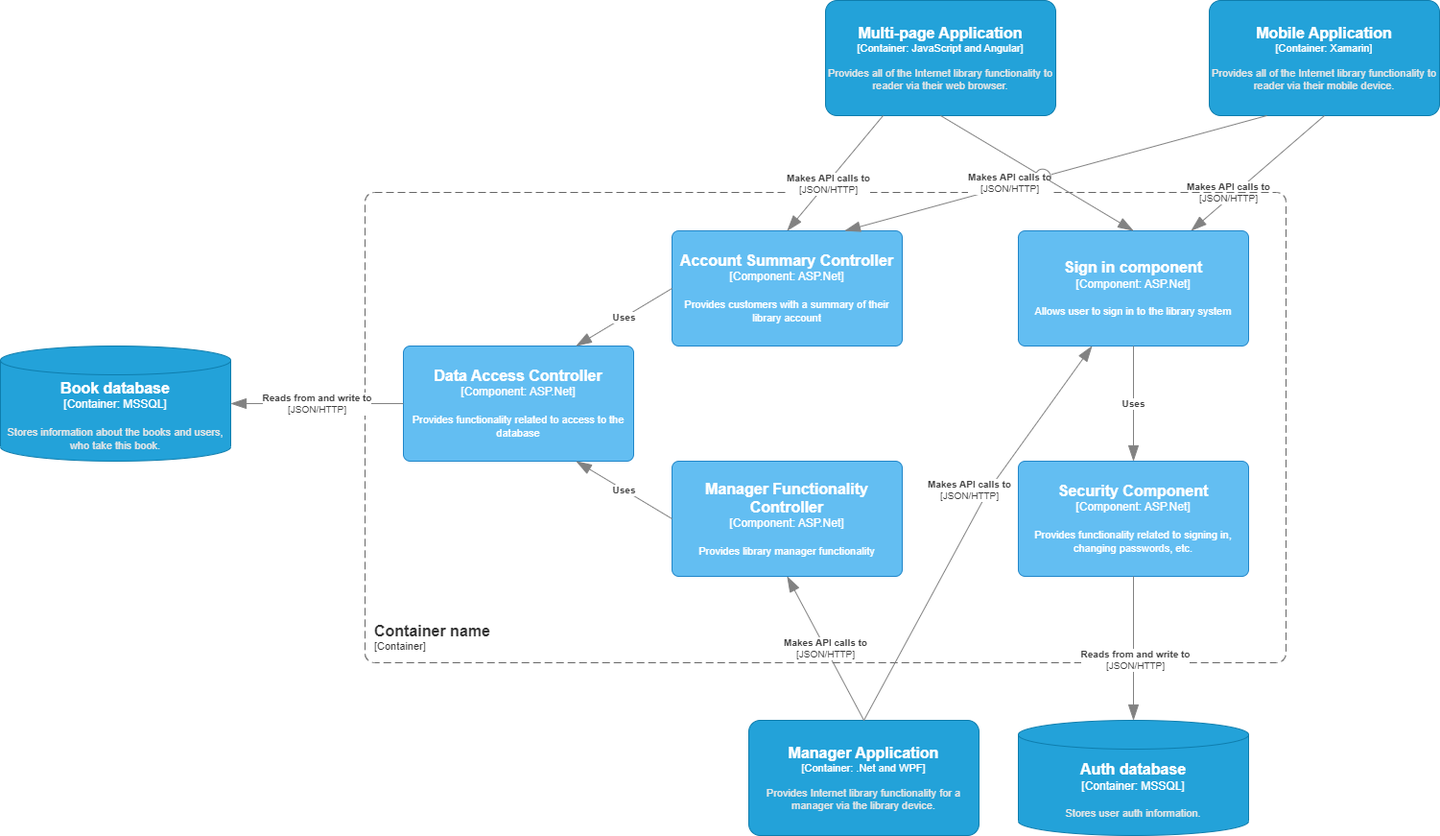
Before: C4/Lab3_component.drawio.png, a diagram exported from draw.io (JohnnyJa/Library-Web-Api). Source tidied: cells renumbered, new cells last; positions are measured from the earlier drawing's top-left corner, leaving out a move shared by most shapes.
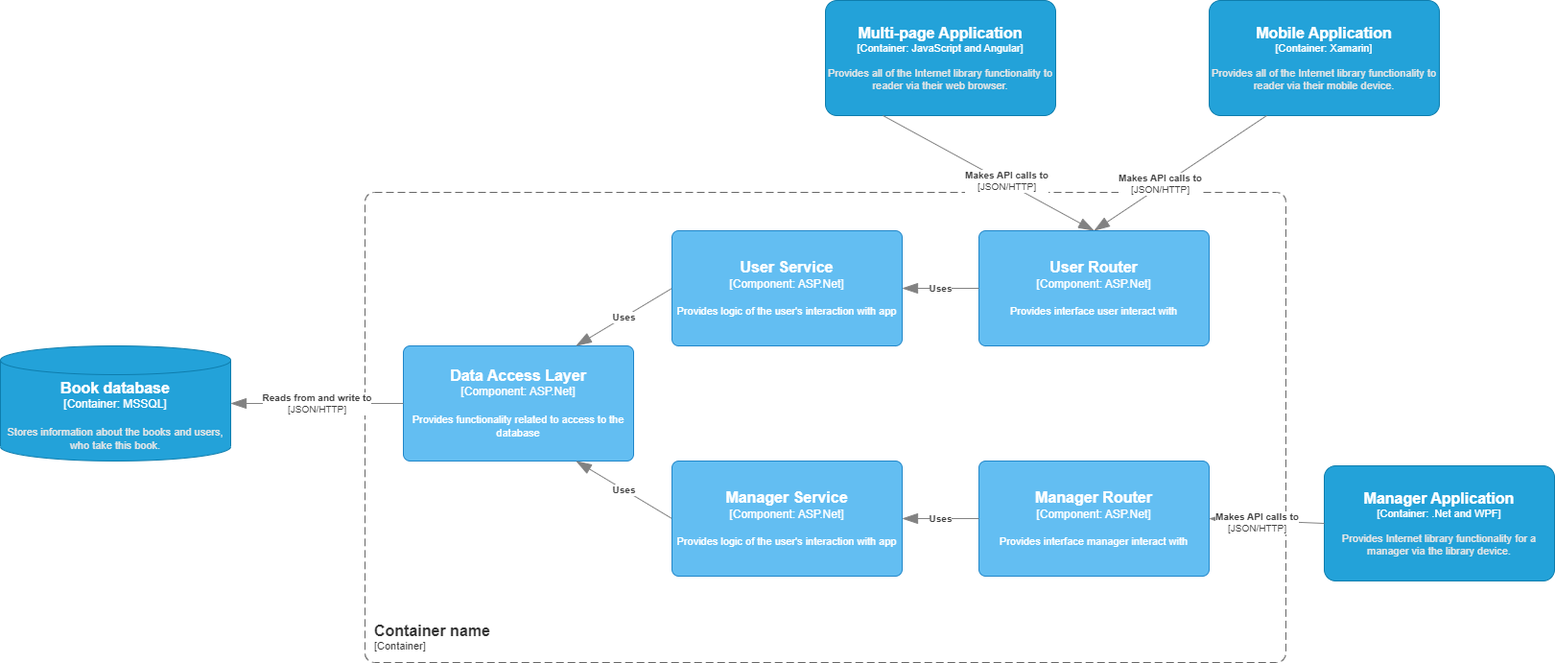
After the commit.

Commit message:
Lab3 architecture changed

Change to the diagram source:
```diff
@@ -16,15 +16,5 @@
       <mxCell style="rounded=1;whiteSpace=wrap;html=1;fontSize=11;labelBackgroundColor=none;fillColor=#23A2D9;fontColor=#ffffff;align=center;arcSize=10;strokeColor=#0E7DAD;points=[[0.25,0,0],[0.5,0,0],[0.75,0,0],[1,0.25,0],[1,0.5,0],[1,0.75,0],[0.75,1,0],[0.5,1,0],[0.25,1,0],[0,0.75,0],[0,0.5,0],[0,0.25,0]];" parent="1" vertex="1">
-        <mxGeometry x="780" y="750" width="240" height="120" as="geometry" />
+        <mxGeometry x="1380" y="485" width="240" height="120" as="geometry" />
       </mxCell>
     </object>
-    <object id="5" label="&lt;div style=&quot;text-align: left&quot;&gt;&lt;div style=&quot;text-align: center&quot;&gt;&lt;b&gt;%c4Description%&lt;/b&gt;&lt;/div&gt;&lt;div style=&quot;text-align: center&quot;&gt;[%c4Technology%]&lt;/div&gt;&lt;/div&gt;" c4Description="Makes API calls to" c4Technology="JSON/HTTP" c4Type="Relationship" placeholders="1">
-      <mxCell style="endArrow=blockThin;html=1;fontSize=10;fontColor=#404040;strokeWidth=1;endFill=1;strokeColor=#828282;elbow=vertical;endSize=14;startSize=14;jumpStyle=arc;jumpSize=16;rounded=0;exitX=0.5;exitY=1;exitDx=0;exitDy=0;exitPerimeter=0;entryX=0.75;entryY=0;entryDx=0;entryDy=0;entryPerimeter=0;" parent="1" edge="1" source="3" target="8">
-        <mxGeometry x="0.39" y="-5" relative="1" as="geometry" />
-      </mxCell>
-    </object>
-    <object id="6" label="&lt;div style=&quot;text-align: left&quot;&gt;&lt;div style=&quot;text-align: center&quot;&gt;&lt;b&gt;%c4Description%&lt;/b&gt;&lt;/div&gt;&lt;div style=&quot;text-align: center&quot;&gt;[%c4Technology%]&lt;/div&gt;&lt;/div&gt;" c4Description="Makes API calls to" c4Technology="JSON/HTTP" c4Type="Relationship" placeholders="1">
-      <mxCell style="endArrow=blockThin;html=1;fontSize=10;fontColor=#404040;strokeWidth=1;endFill=1;strokeColor=#828282;elbow=vertical;endSize=14;startSize=14;jumpStyle=arc;jumpSize=16;rounded=0;exitX=0.5;exitY=0;exitDx=0;exitDy=0;exitPerimeter=0;entryX=0.5;entryY=1;entryDx=0;entryDy=0;entryPerimeter=0;" parent="1" edge="1" source="4" target="12">
-        <mxGeometry relative="1" as="geometry" />
-      </mxCell>
-    </object>
     <object id="7" label="&lt;font style=&quot;font-size: 16px&quot;&gt;&lt;b&gt;&lt;div style=&quot;text-align: left&quot;&gt;%c4Name%&lt;/div&gt;&lt;/b&gt;&lt;/font&gt;&lt;div style=&quot;text-align: left&quot;&gt;[%c4Application%]&lt;/div&gt;" c4Application="Container" c4Name="Container name" c4Type="ContainerScopeBoundary" placeholders="1">
@@ -34,18 +24,3 @@
     </object>
-    <object id="8" label="&lt;font style=&quot;font-size: 16px&quot;&gt;&lt;b&gt;%c4Name%&lt;/b&gt;&lt;/font&gt;&lt;div&gt;[%c4Type%: %c4Technology%]&lt;/div&gt;&lt;br&gt;&lt;div&gt;&lt;font style=&quot;font-size: 11px&quot;&gt;%c4Description%&lt;/font&gt;&lt;/div&gt;" c4Description="Allows user to sign in to the library system" c4Name="Sign in component" c4Technology="ASP.Net" c4Type="Component" placeholders="1">
-      <mxCell style="rounded=1;whiteSpace=wrap;html=1;labelBackgroundColor=none;fillColor=#63BEF2;fontColor=#ffffff;align=center;arcSize=6;strokeColor=#2086C9;points=[[0.25,0,0],[0.5,0,0],[0.75,0,0],[1,0.25,0],[1,0.5,0],[1,0.75,0],[0.75,1,0],[0.5,1,0],[0.25,1,0],[0,0.75,0],[0,0.5,0],[0,0.25,0]];" parent="1" vertex="1">
-        <mxGeometry x="1061" y="240" width="240" height="120" as="geometry" />
-      </mxCell>
-    </object>
-    <object id="9" label="&lt;font style=&quot;font-size: 16px&quot;&gt;&lt;b&gt;%c4Name%&lt;/b&gt;&lt;/font&gt;&lt;div&gt;[%c4Type%: %c4Technology%]&lt;/div&gt;&lt;br&gt;&lt;div&gt;&lt;font style=&quot;font-size: 11px&quot;&gt;%c4Description%&lt;/font&gt;&lt;/div&gt;" c4Description="Provides customers with a summary of their library account" c4Name="Account Summary Controller" c4Technology="ASP.Net" c4Type="Component" placeholders="1">
-      <mxCell style="rounded=1;whiteSpace=wrap;html=1;labelBackgroundColor=none;fillColor=#63BEF2;fontColor=#ffffff;align=center;arcSize=6;strokeColor=#2086C9;points=[[0.25,0,0],[0.5,0,0],[0.75,0,0],[1,0.25,0],[1,0.5,0],[1,0.75,0],[0.75,1,0],[0.5,1,0],[0.25,1,0],[0,0.75,0],[0,0.5,0],[0,0.25,0]];" parent="1" vertex="1">
-        <mxGeometry x="700" y="240" width="240" height="120" as="geometry" />
-      </mxCell>
-    </object>
-    <object id="10" label="&lt;font style=&quot;font-size: 16px&quot;&gt;&lt;b&gt;%c4Name%&lt;/b&gt;&lt;/font&gt;&lt;div&gt;[%c4Type%: %c4Technology%]&lt;/div&gt;&lt;br&gt;&lt;div&gt;&lt;font style=&quot;font-size: 11px&quot;&gt;%c4Description%&lt;/font&gt;&lt;/div&gt;" c4Description="Provides functionality related to signing in, changing passwords, etc." c4Name="Security Component" c4Technology="ASP.Net" c4Type="Component" placeholders="1">
-      <mxCell style="rounded=1;whiteSpace=wrap;html=1;labelBackgroundColor=none;fillColor=#63BEF2;fontColor=#ffffff;align=center;arcSize=6;strokeColor=#2086C9;points=[[0.25,0,0],[0.5,0,0],[0.75,0,0],[1,0.25,0],[1,0.5,0],[1,0.75,0],[0.75,1,0],[0.5,1,0],[0.25,1,0],[0,0.75,0],[0,0.5,0],[0,0.25,0]];" parent="1" vertex="1">
-        <mxGeometry x="1061" y="480" width="240" height="120" as="geometry" />
-      </mxCell>
-    </object>
-    <object id="11" label="&lt;font style=&quot;font-size: 16px&quot;&gt;&lt;b&gt;%c4Name%&lt;/b&gt;&lt;/font&gt;&lt;div&gt;[%c4Type%: %c4Technology%]&lt;/div&gt;&lt;br&gt;&lt;div&gt;&lt;font style=&quot;font-size: 11px&quot;&gt;%c4Description%&lt;/font&gt;&lt;/div&gt;" c4Description="Provides functionality related to access to the database" c4Name="Data Access Controller" c4Technology="ASP.Net" c4Type="Component" placeholders="1">
+    <object id="11" label="&lt;font style=&quot;font-size: 16px&quot;&gt;&lt;b&gt;%c4Name%&lt;/b&gt;&lt;/font&gt;&lt;div&gt;[%c4Type%: %c4Technology%]&lt;/div&gt;&lt;br&gt;&lt;div&gt;&lt;font style=&quot;font-size: 11px&quot;&gt;%c4Description%&lt;/font&gt;&lt;/div&gt;" c4Description="Provides functionality related to access to the database" c4Name="Data Access Layer" c4Technology="ASP.Net" c4Type="Component" placeholders="1">
       <mxCell style="rounded=1;whiteSpace=wrap;html=1;labelBackgroundColor=none;fillColor=#63BEF2;fontColor=#ffffff;align=center;arcSize=6;strokeColor=#2086C9;points=[[0.25,0,0],[0.5,0,0],[0.75,0,0],[1,0.25,0],[1,0.5,0],[1,0.75,0],[0.75,1,0],[0.5,1,0],[0.25,1,0],[0,0.75,0],[0,0.5,0],[0,0.25,0]];" parent="1" vertex="1">
@@ -54,9 +29,4 @@
     </object>
-    <object id="12" label="&lt;font style=&quot;font-size: 16px&quot;&gt;&lt;b&gt;%c4Name%&lt;/b&gt;&lt;/font&gt;&lt;div&gt;[%c4Type%: %c4Technology%]&lt;/div&gt;&lt;br&gt;&lt;div&gt;&lt;font style=&quot;font-size: 11px&quot;&gt;%c4Description%&lt;/font&gt;&lt;/div&gt;" c4Description="Provides library manager functionality" c4Name="Manager Functionality Controller" c4Technology="ASP.Net" c4Type="Component" placeholders="1">
-      <mxCell style="rounded=1;whiteSpace=wrap;html=1;labelBackgroundColor=none;fillColor=#63BEF2;fontColor=#ffffff;align=center;arcSize=6;strokeColor=#2086C9;points=[[0.25,0,0],[0.5,0,0],[0.75,0,0],[1,0.25,0],[1,0.5,0],[1,0.75,0],[0.75,1,0],[0.5,1,0],[0.25,1,0],[0,0.75,0],[0,0.5,0],[0,0.25,0]];" parent="1" vertex="1">
-        <mxGeometry x="700" y="480" width="240" height="120" as="geometry" />
-      </mxCell>
-    </object>
     <object id="13" label="&lt;div style=&quot;text-align: left&quot;&gt;&lt;div style=&quot;text-align: center&quot;&gt;&lt;b&gt;%c4Description%&lt;/b&gt;&lt;/div&gt;&lt;div style=&quot;text-align: center&quot;&gt;[%c4Technology%]&lt;/div&gt;&lt;/div&gt;" c4Description="Makes API calls to" c4Technology="JSON/HTTP" c4Type="Relationship" placeholders="1">
-      <mxCell style="endArrow=blockThin;html=1;fontSize=10;fontColor=#404040;strokeWidth=1;endFill=1;strokeColor=#828282;elbow=vertical;endSize=14;startSize=14;jumpStyle=arc;jumpSize=16;rounded=0;exitX=0.25;exitY=1;exitDx=0;exitDy=0;exitPerimeter=0;entryX=0.75;entryY=0;entryDx=0;entryDy=0;entryPerimeter=0;" parent="1" edge="1" source="3" target="9">
+      <mxCell style="endArrow=blockThin;html=1;fontSize=10;fontColor=#404040;strokeWidth=1;endFill=1;strokeColor=#828282;elbow=vertical;endSize=14;startSize=14;jumpStyle=arc;jumpSize=16;rounded=0;exitX=0.25;exitY=1;exitDx=0;exitDy=0;exitPerimeter=0;entryX=0.5;entryY=0;entryDx=0;entryDy=0;entryPerimeter=0;" parent="1" edge="1" source="3" target="25">
         <mxGeometry x="0.22" y="-3" relative="1" as="geometry" />
@@ -65,3 +35,3 @@
     <object id="14" label="&lt;div style=&quot;text-align: left&quot;&gt;&lt;div style=&quot;text-align: center&quot;&gt;&lt;b&gt;%c4Description%&lt;/b&gt;&lt;/div&gt;&lt;div style=&quot;text-align: center&quot;&gt;[%c4Technology%]&lt;/div&gt;&lt;/div&gt;" c4Description="Makes API calls to" c4Technology="JSON/HTTP" c4Type="Relationship" placeholders="1">
-      <mxCell style="endArrow=blockThin;html=1;fontSize=10;fontColor=#404040;strokeWidth=1;endFill=1;strokeColor=#828282;elbow=vertical;endSize=14;startSize=14;jumpStyle=arc;jumpSize=16;rounded=0;exitX=0.25;exitY=1;exitDx=0;exitDy=0;exitPerimeter=0;entryX=0.5;entryY=0;entryDx=0;entryDy=0;entryPerimeter=0;" parent="1" edge="1" source="2" target="9">
+      <mxCell style="endArrow=blockThin;html=1;fontSize=10;fontColor=#404040;strokeWidth=1;endFill=1;strokeColor=#828282;elbow=vertical;endSize=14;startSize=14;jumpStyle=arc;jumpSize=16;rounded=0;exitX=0.25;exitY=1;exitDx=0;exitDy=0;exitPerimeter=0;entryX=0.5;entryY=0;entryDx=0;entryDy=0;entryPerimeter=0;" parent="1" edge="1" source="2" target="25">
         <mxGeometry x="0.16" y="2" relative="1" as="geometry" />
@@ -69,7 +39,2 @@
     </object>
-    <object id="15" label="" c4Type="Relationship" placeholders="1">
-      <mxCell style="endArrow=blockThin;html=1;fontSize=10;fontColor=#404040;strokeWidth=1;endFill=1;strokeColor=#828282;elbow=vertical;endSize=14;startSize=14;jumpStyle=arc;jumpSize=16;rounded=0;exitX=0.5;exitY=1;exitDx=0;exitDy=0;exitPerimeter=0;entryX=0.5;entryY=0;entryDx=0;entryDy=0;entryPerimeter=0;" parent="1" edge="1" source="2" target="8">
-        <mxGeometry relative="1" as="geometry" />
-      </mxCell>
-    </object>
     <object id="16" label="&lt;div style=&quot;text-align: left&quot;&gt;&lt;div style=&quot;text-align: center&quot;&gt;&lt;b&gt;%c4Description%&lt;/b&gt;&lt;/div&gt;" c4Description="Uses" c4Type="Relationship" placeholders="1">
@@ -84,7 +49,2 @@
     </object>
-    <object id="18" label="&lt;div style=&quot;text-align: left&quot;&gt;&lt;div style=&quot;text-align: center&quot;&gt;&lt;b&gt;%c4Description%&lt;/b&gt;&lt;/div&gt;" c4Description="Uses" c4Type="Relationship" placeholders="1">
-      <mxCell style="endArrow=blockThin;html=1;fontSize=10;fontColor=#404040;strokeWidth=1;endFill=1;strokeColor=#828282;elbow=vertical;endSize=14;startSize=14;jumpStyle=arc;jumpSize=16;rounded=0;exitX=0.5;exitY=1;exitDx=0;exitDy=0;exitPerimeter=0;entryX=0.5;entryY=0;entryDx=0;entryDy=0;entryPerimeter=0;" parent="1" edge="1" source="8" target="10">
-        <mxGeometry relative="1" as="geometry" />
-      </mxCell>
-    </object>
     <object id="19" label="&lt;div style=&quot;text-align: left&quot;&gt;&lt;div style=&quot;text-align: center&quot;&gt;&lt;b&gt;%c4Description%&lt;/b&gt;&lt;/div&gt;&lt;div style=&quot;text-align: center&quot;&gt;[%c4Technology%]&lt;/div&gt;&lt;/div&gt;" c4Description="Reads from and write to" c4Technology="JSON/HTTP" c4Type="Relationship" placeholders="1">
@@ -99,22 +59,37 @@
     </object>
-    <object id="21" label="&lt;font style=&quot;font-size: 16px&quot;&gt;&lt;b&gt;%c4Type%&lt;/b&gt;&lt;/font&gt;&lt;div&gt;[%c4Container%:&amp;nbsp;%c4Technology%]&lt;/div&gt;&lt;br&gt;&lt;div&gt;&lt;font style=&quot;font-size: 11px&quot;&gt;&lt;font color=&quot;#E6E6E6&quot;&gt;%c4Description%&lt;/font&gt;&lt;/div&gt;" c4Container="Container" c4Description="Stores user auth information. " c4Technology="MSSQL" c4Type="Auth database" placeholders="1">
-      <mxCell style="shape=cylinder3;size=15;whiteSpace=wrap;html=1;boundedLbl=1;rounded=0;labelBackgroundColor=none;fillColor=#23A2D9;fontSize=12;fontColor=#ffffff;align=center;strokeColor=#0E7DAD;points=[[0.5,0,0],[1,0.25,0],[1,0.5,0],[1,0.75,0],[0.5,1,0],[0,0.75,0],[0,0.5,0],[0,0.25,0]];" parent="1" vertex="1">
-        <mxGeometry x="1061" y="750" width="240" height="120" as="geometry" />
-      </mxCell>
-    </object>
-    <object id="22" label="&lt;div style=&quot;text-align: left&quot;&gt;&lt;div style=&quot;text-align: center&quot;&gt;&lt;b&gt;%c4Description%&lt;/b&gt;&lt;/div&gt;&lt;div style=&quot;text-align: center&quot;&gt;[%c4Technology%]&lt;/div&gt;&lt;/div&gt;" c4Description="Reads from and write to" c4Technology="JSON/HTTP" c4Type="Relationship" placeholders="1">
-      <mxCell style="endArrow=blockThin;html=1;fontSize=10;fontColor=#404040;strokeWidth=1;endFill=1;strokeColor=#828282;elbow=vertical;endSize=14;startSize=14;jumpStyle=arc;jumpSize=16;rounded=0;exitX=0.5;exitY=1;exitDx=0;exitDy=0;exitPerimeter=0;entryX=0.5;entryY=0;entryDx=0;entryDy=0;entryPerimeter=0;" parent="1" edge="1" source="10" target="21">
-        <mxGeometry x="0.16" y="2" relative="1" as="geometry" />
-      </mxCell>
-    </object>
-    <object id="23" label="&lt;div style=&quot;text-align: left&quot;&gt;&lt;div style=&quot;text-align: center&quot;&gt;&lt;b&gt;%c4Description%&lt;/b&gt;&lt;/div&gt;&lt;div style=&quot;text-align: center&quot;&gt;[%c4Technology%]&lt;/div&gt;&lt;/div&gt;" c4Description="Makes API calls to" c4Technology="JSON/HTTP" c4Type="Relationship" placeholders="1">
-      <mxCell style="endArrow=blockThin;html=1;fontSize=10;fontColor=#404040;strokeWidth=1;endFill=1;strokeColor=#828282;elbow=vertical;endSize=14;startSize=14;jumpStyle=arc;jumpSize=16;rounded=0;exitX=0.5;exitY=0;exitDx=0;exitDy=0;exitPerimeter=0;" parent="1" edge="1" source="4" target="8">
-        <mxGeometry x="0.15" y="18" relative="1" as="geometry">
-          <Array as="points">
-            <mxPoint x="1030" y="510" />
-          </Array>
-          <mxPoint x="1" as="offset" />
-        </mxGeometry>
-      </mxCell>
-    </object>
+    <object id="24" label="&lt;div style=&quot;text-align: left&quot;&gt;&lt;div style=&quot;text-align: center&quot;&gt;&lt;b&gt;%c4Description%&lt;/b&gt;&lt;/div&gt;&lt;div style=&quot;text-align: center&quot;&gt;[%c4Technology%]&lt;/div&gt;&lt;/div&gt;" c4Description="Makes API calls to" c4Technology="JSON/HTTP" c4Type="Relationship" placeholders="1">
+      <mxCell style="endArrow=blockThin;html=1;fontSize=10;fontColor=#404040;strokeWidth=1;endFill=1;strokeColor=#828282;elbow=vertical;endSize=14;startSize=14;jumpStyle=arc;jumpSize=16;rounded=0;exitX=0;exitY=0.5;exitDx=0;exitDy=0;exitPerimeter=0;entryX=1;entryY=0.5;entryDx=0;entryDy=0;entryPerimeter=0;" parent="1" edge="1" source="4" target="26">
+        <mxGeometry x="0.16" y="2" relative="1" as="geometry" />
+      </mxCell>
+    </object>
+    <object id="25" label="&lt;font style=&quot;font-size: 16px&quot;&gt;&lt;b&gt;%c4Name%&lt;/b&gt;&lt;/font&gt;&lt;div&gt;[%c4Type%: %c4Technology%]&lt;/div&gt;&lt;br&gt;&lt;div&gt;&lt;font style=&quot;font-size: 11px&quot;&gt;%c4Description%&lt;/font&gt;&lt;/div&gt;" c4Description="Provides interface user interact with" c4Name="User Router" c4Technology="ASP.Net" c4Type="Component" placeholders="1">
+      <mxCell style="rounded=1;whiteSpace=wrap;html=1;labelBackgroundColor=none;fillColor=#63BEF2;fontColor=#ffffff;align=center;arcSize=6;strokeColor=#2086C9;points=[[0.25,0,0],[0.5,0,0],[0.75,0,0],[1,0.25,0],[1,0.5,0],[1,0.75,0],[0.75,1,0],[0.5,1,0],[0.25,1,0],[0,0.75,0],[0,0.5,0],[0,0.25,0]];" parent="1" vertex="1">
+        <mxGeometry x="1020" y="240" width="240" height="120" as="geometry" />
+      </mxCell>
+    </object>
+    <object id="26" label="&lt;font style=&quot;font-size: 16px&quot;&gt;&lt;b&gt;%c4Name%&lt;/b&gt;&lt;/font&gt;&lt;div&gt;[%c4Type%: %c4Technology%]&lt;/div&gt;&lt;br&gt;&lt;div&gt;&lt;font style=&quot;font-size: 11px&quot;&gt;%c4Description%&lt;/font&gt;&lt;/div&gt;" c4Description="Provides interface manager interact with" c4Name="Manager Router" c4Technology="ASP.Net" c4Type="Component" placeholders="1">
+      <mxCell style="rounded=1;whiteSpace=wrap;html=1;labelBackgroundColor=none;fillColor=#63BEF2;fontColor=#ffffff;align=center;arcSize=6;strokeColor=#2086C9;points=[[0.25,0,0],[0.5,0,0],[0.75,0,0],[1,0.25,0],[1,0.5,0],[1,0.75,0],[0.75,1,0],[0.5,1,0],[0.25,1,0],[0,0.75,0],[0,0.5,0],[0,0.25,0]];" parent="1" vertex="1">
+        <mxGeometry x="1020" y="480" width="240" height="120" as="geometry" />
+      </mxCell>
+    </object>
+    <object id="9" label="&lt;font style=&quot;font-size: 16px&quot;&gt;&lt;b&gt;%c4Name%&lt;/b&gt;&lt;/font&gt;&lt;div&gt;[%c4Type%: %c4Technology%]&lt;/div&gt;&lt;br&gt;&lt;div&gt;&lt;font style=&quot;font-size: 11px&quot;&gt;%c4Description%&lt;/font&gt;&lt;/div&gt;" c4Description="Provides logic of the user's interaction with app" c4Name="User Service" c4Technology="ASP.Net" c4Type="Component" placeholders="1">
+      <mxCell style="rounded=1;whiteSpace=wrap;html=1;labelBackgroundColor=none;fillColor=#63BEF2;fontColor=#ffffff;align=center;arcSize=6;strokeColor=#2086C9;points=[[0.25,0,0],[0.5,0,0],[0.75,0,0],[1,0.25,0],[1,0.5,0],[1,0.75,0],[0.75,1,0],[0.5,1,0],[0.25,1,0],[0,0.75,0],[0,0.5,0],[0,0.25,0]];" parent="1" vertex="1">
+        <mxGeometry x="700" y="240" width="240" height="120" as="geometry" />
+      </mxCell>
+    </object>
+    <object id="12" label="&lt;font style=&quot;font-size: 16px&quot;&gt;&lt;b&gt;%c4Name%&lt;/b&gt;&lt;/font&gt;&lt;div&gt;[%c4Type%: %c4Technology%]&lt;/div&gt;&lt;br&gt;&lt;div&gt;&lt;font style=&quot;font-size: 11px&quot;&gt;%c4Description%&lt;/font&gt;&lt;/div&gt;" c4Description="Provides logic of the user's interaction with app" c4Name="Manager Service" c4Technology="ASP.Net" c4Type="Component" placeholders="1">
+      <mxCell style="rounded=1;whiteSpace=wrap;html=1;labelBackgroundColor=none;fillColor=#63BEF2;fontColor=#ffffff;align=center;arcSize=6;strokeColor=#2086C9;points=[[0.25,0,0],[0.5,0,0],[0.75,0,0],[1,0.25,0],[1,0.5,0],[1,0.75,0],[0.75,1,0],[0.5,1,0],[0.25,1,0],[0,0.75,0],[0,0.5,0],[0,0.25,0]];" parent="1" vertex="1">
+        <mxGeometry x="700" y="480" width="240" height="120" as="geometry" />
+      </mxCell>
+    </object>
+    <object id="27" label="&lt;div style=&quot;text-align: left&quot;&gt;&lt;div style=&quot;text-align: center&quot;&gt;&lt;b&gt;%c4Description%&lt;/b&gt;&lt;/div&gt;" c4Description="Uses" c4Type="Relationship" placeholders="1">
+      <mxCell style="endArrow=blockThin;html=1;fontSize=10;fontColor=#404040;strokeWidth=1;endFill=1;strokeColor=#828282;elbow=vertical;endSize=14;startSize=14;jumpStyle=arc;jumpSize=16;rounded=0;exitX=0;exitY=0.5;exitDx=0;exitDy=0;exitPerimeter=0;entryX=1;entryY=0.5;entryDx=0;entryDy=0;entryPerimeter=0;" parent="1" edge="1" source="25" target="9">
+        <mxGeometry relative="1" as="geometry" />
+      </mxCell>
+    </object>
+    <object id="28" label="&lt;div style=&quot;text-align: left&quot;&gt;&lt;div style=&quot;text-align: center&quot;&gt;&lt;b&gt;%c4Description%&lt;/b&gt;&lt;/div&gt;" c4Description="Uses" c4Type="Relationship" placeholders="1">
+      <mxCell style="endArrow=blockThin;html=1;fontSize=10;fontColor=#404040;strokeWidth=1;endFill=1;strokeColor=#828282;elbow=vertical;endSize=14;startSize=14;jumpStyle=arc;jumpSize=16;rounded=0;exitX=0;exitY=0.5;exitDx=0;exitDy=0;exitPerimeter=0;entryX=1;entryY=0.5;entryDx=0;entryDy=0;entryPerimeter=0;" parent="1" edge="1" source="26" target="12">
+        <mxGeometry relative="1" as="geometry" />
+      </mxCell>
+    </object>
   </root>
```
